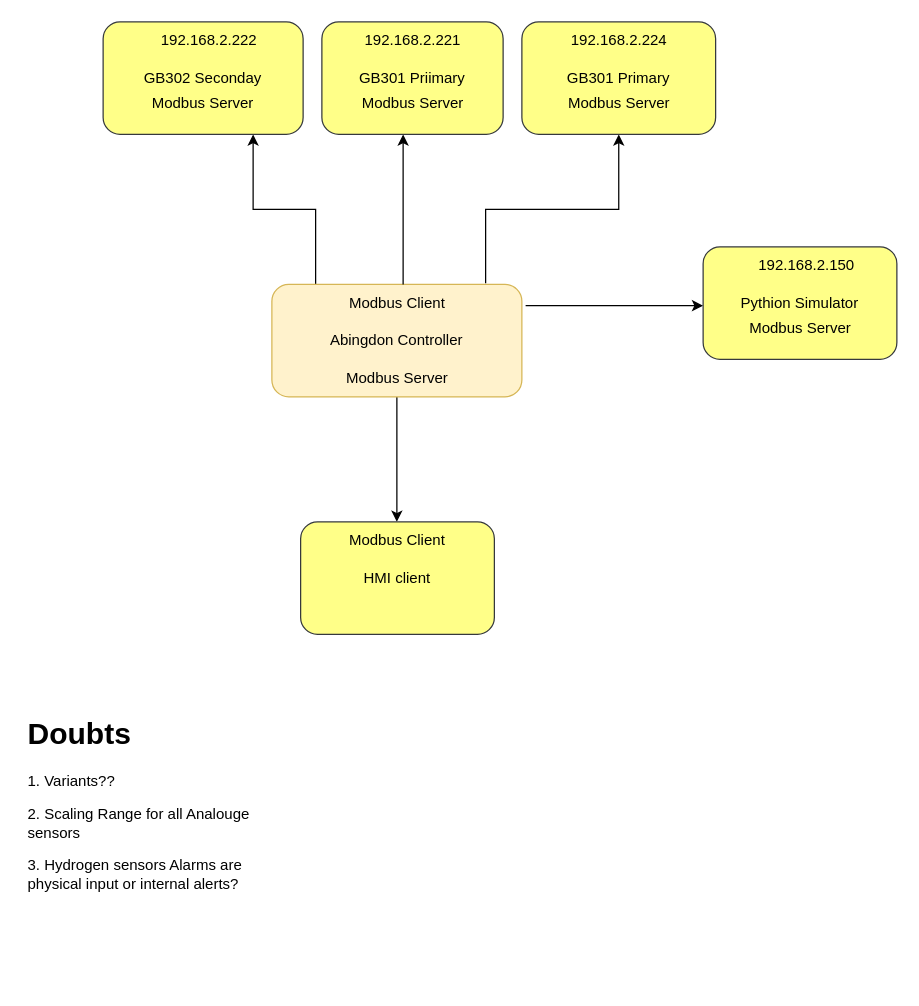
Before: page "ModbusInterface" (10 of 10) of H2D Modular.drawio in EdwardsKorea/CommonDrawIO, a draw.io diagram. Source tidied: cells renumbered, new cells numbered last; positions are measured from the earlier drawing's top-left corner, leaving out a move shared by most shapes. Both pictures are drawn from the tidied source at 125%, with x=0, y=0 at pixel (21, 21).
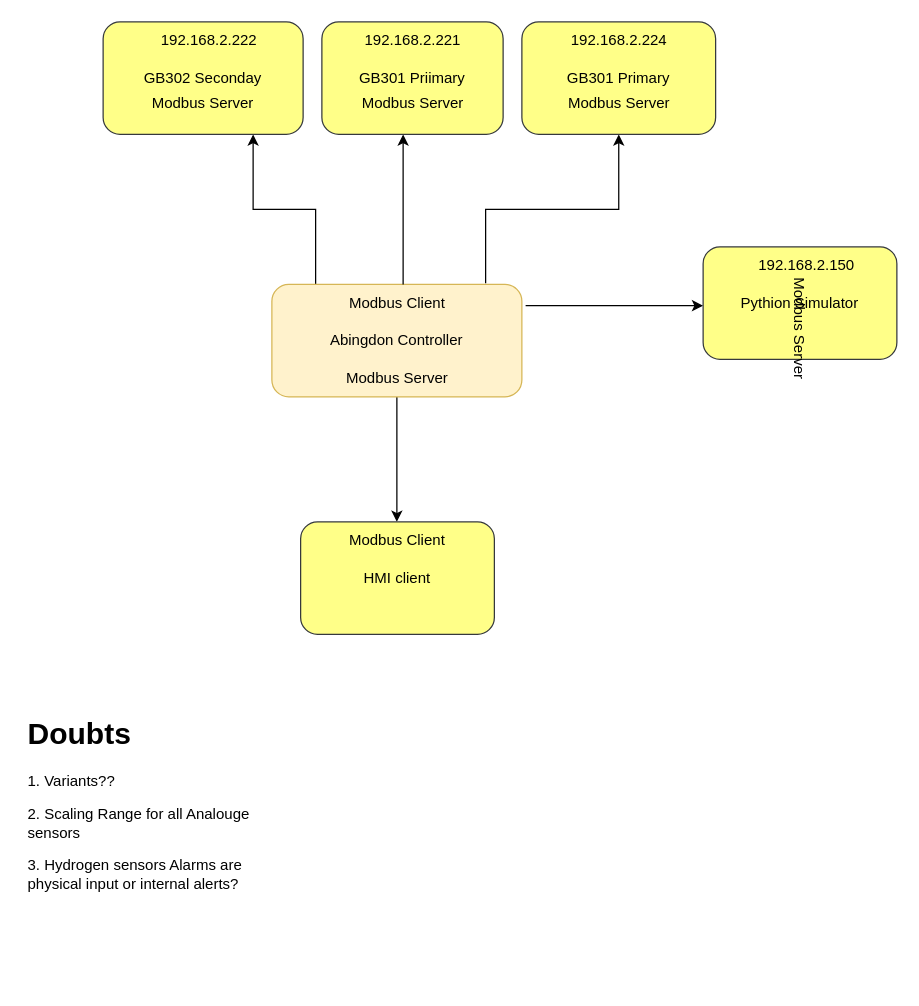
Above is the later version.

Diff of the diagram source:
```diff
@@
-    <mxCell id="17" value="Modbus Server" style="text;html=1;strokeColor=none;fillColor=none;align=center;verticalAlign=middle;whiteSpace=wrap;rounded=0;" parent="1" vertex="1">
+    <mxCell id="17" value="Modbus Server" style="text;html=1;strokeColor=none;fillColor=none;align=center;verticalAlign=middle;whiteSpace=wrap;rounded=0;rotation=90;" parent="1" vertex="1">
       <mxGeometry x="577.5" y="230" width="90" height="30" as="geometry" />
     </mxCell>
```
